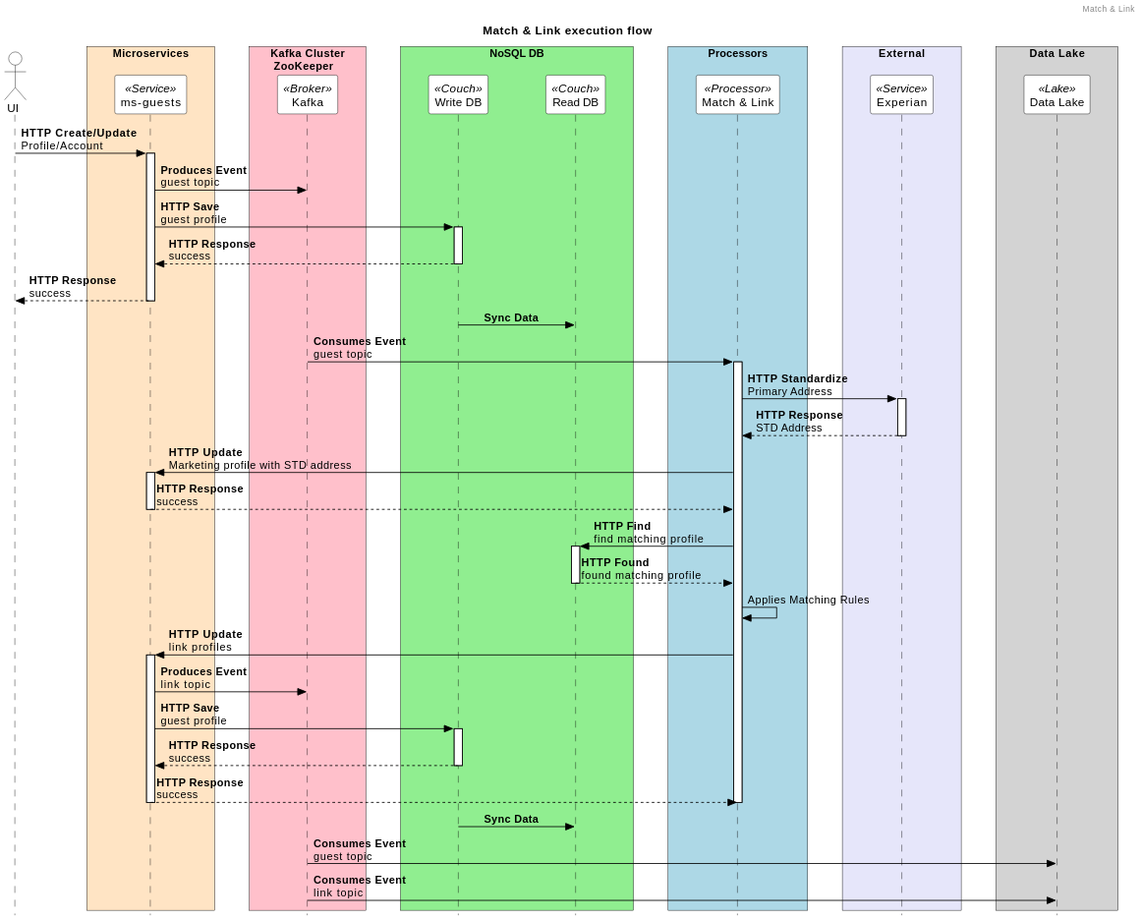
Before: dist/assets/diagrams/sequence/match-link-read-db.svg, a diagram exported from PlantUML (kaaljabr/presentation). Its diagram source:
```plantuml
@startuml
!include ../include.puml

header Match & Link
title Match & Link execution flow

actor "UI" as ui

box "Microservices" #Bisque
    participant "ms-guests" as ms_guests <<Service>>
end box

box "Kafka Cluster\n ZooKeeper" #Pink
    participant "Kafka" as broker <<Broker>>
end box

box "NoSQL DB" #LightGreen
    participant "Write DB" as write_db <<Couch>>
    participant "Read DB" as read_db <<Couch>>
end box

box "Processors" #LightBlue
    participant "Match & Link" as match_link <<Processor>>
end box

box "External" #Lavender
    participant "Experian" as experian <<Service>>
end box

box "Data Lake" #LightGray
    participant "Data Lake" as data_lake <<Lake>>
end box

ui -> ms_guests : **HTTP Create/Update**\nProfile/Account
activate ms_guests
ms_guests -> broker : **Produces Event**\nguest topic
ms_guests -> write_db : **HTTP Save**\nguest profile
activate write_db
write_db --> ms_guests : **HTTP Response**\nsuccess
deactivate write_db
ms_guests --> ui : **HTTP Response**\nsuccess
deactivate ms_guests
write_db -> read_db : **      Sync Data**
broker -> match_link :**Consumes Event**\nguest topic
activate match_link
match_link -> experian :**HTTP Standardize**\nPrimary Address
activate experian
experian --> match_link :**HTTP Response**\nSTD Address
deactivate experian
match_link -> ms_guests :**HTTP Update**\nMarketing profile with STD address
activate ms_guests
ms_guests --> match_link :**HTTP Response**\nsuccess
deactivate ms_guests
match_link -> read_db :**HTTP Find**\nfind matching profile
activate read_db
read_db --> match_link : **HTTP Found**\nfound matching profile
deactivate read_db
match_link -> match_link : Applies Matching Rules
match_link -> ms_guests : **HTTP Update**\nlink profiles
activate ms_guests
ms_guests -> broker : **Produces Event**\nlink topic
ms_guests -> write_db : **HTTP Save**\nguest profile
activate write_db
write_db --> ms_guests : **HTTP Response**\nsuccess
deactivate write_db
ms_guests --> match_link : **HTTP Response**\nsuccess
deactivate ms_guests
deactivate match_link
write_db -> read_db : **      Sync Data**
broker -> data_lake :**Consumes Event**\nguest topic
broker -> data_lake :**Consumes Event**\nlink topic

@enduml
```
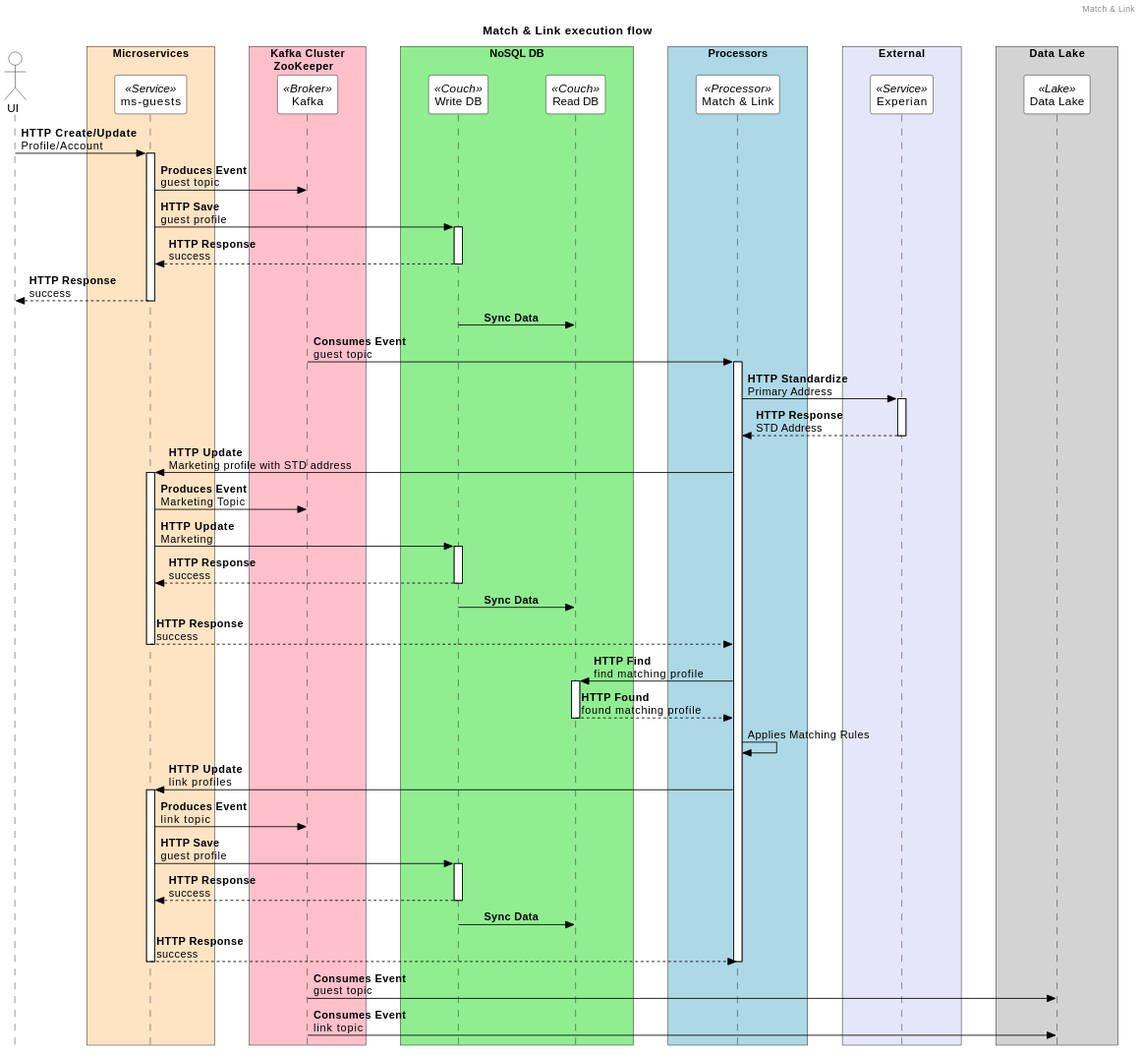
Above is the later version.

The edit, as a diff of the source:
```diff
@@ -49,6 +49,12 @@
 deactivate experian
 match_link -> ms_guests :**HTTP Update**\nMarketing profile with STD address
 activate ms_guests
+ms_guests -> broker : **Produces Event**\nMarketing Topic
+ms_guests -> write_db :**HTTP Update**\nMarketing
+activate write_db
+write_db --> ms_guests :**HTTP Response**\nsuccess
+deactivate write_db
+write_db -> read_db : **      Sync Data**
 ms_guests --> match_link :**HTTP Response**\nsuccess
 deactivate ms_guests
 match_link -> read_db :**HTTP Find**\nfind matching profile
@@ -63,10 +69,10 @@
 activate write_db
 write_db --> ms_guests : **HTTP Response**\nsuccess
 deactivate write_db
+write_db -> read_db : **      Sync Data**
 ms_guests --> match_link : **HTTP Response**\nsuccess
 deactivate ms_guests
 deactivate match_link
-write_db -> read_db : **      Sync Data**
 broker -> data_lake :**Consumes Event**\nguest topic
 broker -> data_lake :**Consumes Event**\nlink topic
 
```
